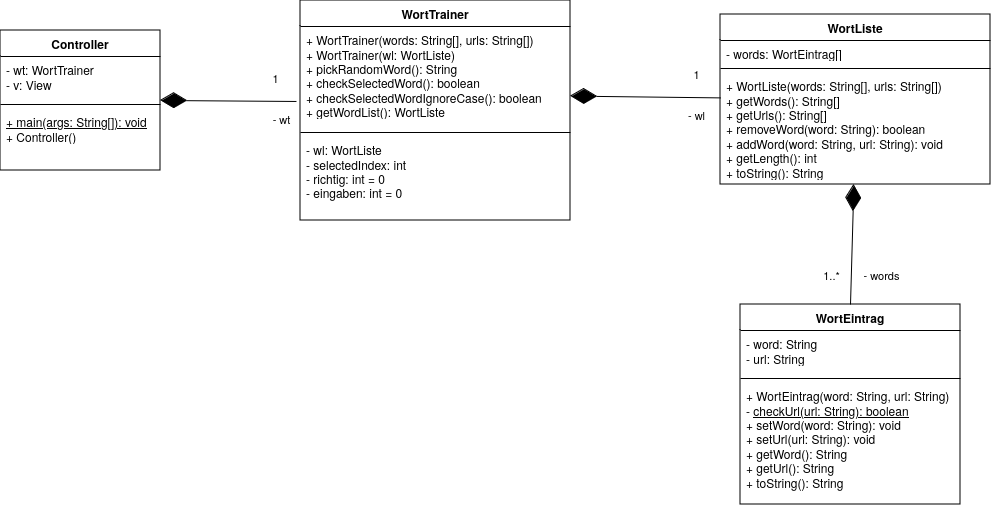
TGM-HIT/sew9-2425-worttrainer-czlabinger keeps this draw.io diagram as doc/worttrainer.drawio.png. Above is the earlier version. Source tidied: cells renumbered, new cells last; positions are measured from the earlier drawing's top-left corner, leaving out a move shared by most shapes.
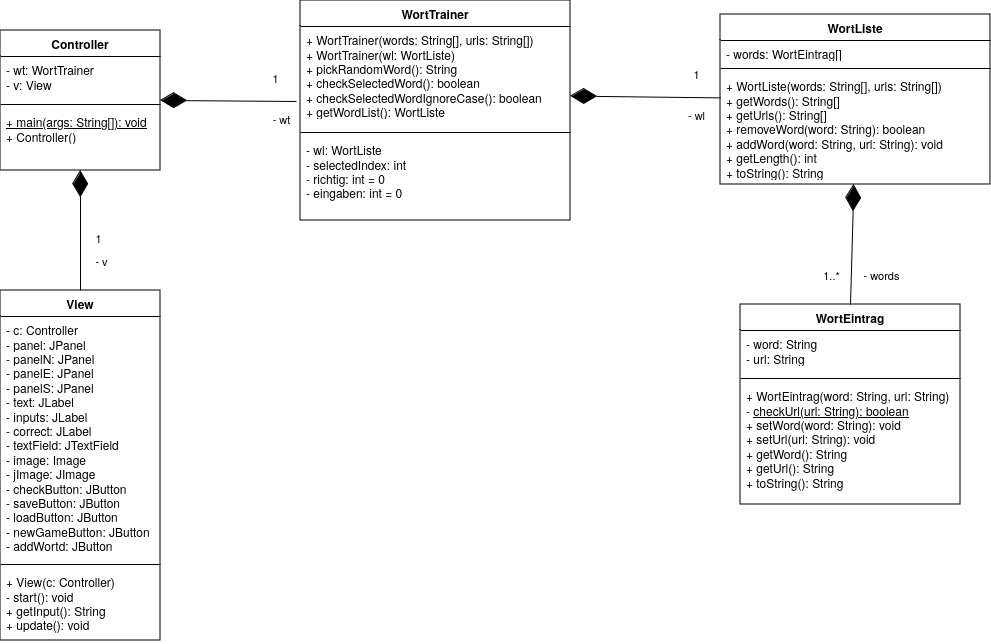
Above is the later version.

Commit message:
Added view uml

Diff of the diagram source:
```diff
@@ -93,5 +93,30 @@
         <mxPoint x="15" y="-21" as="offset" />
       </mxGeometry>
     </mxCell>
+    <mxCell id="27" value="View" style="swimlane;fontStyle=1;align=center;verticalAlign=top;horizontal=1;startSize=26;whiteSpace=wrap;html=1;" parent="1" vertex="1">
+      <mxGeometry y="290" width="160" height="350" as="geometry" />
+    </mxCell>
+    <mxCell id="28" value="&lt;div&gt;- c: Controller&lt;/div&gt;&lt;div&gt;- panel: JPanel&lt;/div&gt;&lt;div&gt;- panelN: JPanel&lt;/div&gt;&lt;div&gt;- panelE: JPanel&lt;/div&gt;&lt;div&gt;- panelS: JPanel&lt;/div&gt;&lt;div&gt;- text: JLabel&lt;/div&gt;&lt;div&gt;- inputs: JLabel&lt;/div&gt;&lt;div&gt;- correct: JLabel&lt;/div&gt;&lt;div&gt;- textField: JTextField&lt;/div&gt;&lt;div&gt;- image: Image&lt;/div&gt;&lt;div&gt;- jImage: JImage&lt;br&gt;&lt;/div&gt;&lt;div&gt;- checkButton: JButton&lt;/div&gt;&lt;div&gt;- saveButton: JButton&lt;/div&gt;&lt;div&gt;- loadButton: JButton&lt;/div&gt;&lt;div&gt;- newGameButton: JButton&lt;/div&gt;&lt;div&gt;- addWortd: JButton&lt;br&gt;&lt;/div&gt;" style="text;strokeColor=none;fillColor=none;align=left;verticalAlign=top;spacingLeft=4;spacingRight=4;overflow=hidden;whiteSpace=wrap;html=1;" parent="27" vertex="1">
+      <mxGeometry y="26" width="160" height="244" as="geometry" />
+    </mxCell>
+    <mxCell id="29" style="line;strokeWidth=1;fillColor=none;align=left;verticalAlign=middle;spacingTop=-1;spacingLeft=3;spacingRight=3;labelPosition=right;strokeColor=inherit;" parent="27" vertex="1">
+      <mxGeometry y="270" width="160" height="8" as="geometry" />
+    </mxCell>
+    <mxCell id="30" value="&lt;div&gt;+ View(c: Controller)&lt;/div&gt;&lt;div&gt;- start(): void&lt;br&gt;&lt;/div&gt;&lt;div&gt;+ getInput(): String&lt;/div&gt;&lt;div&gt;+ update(): void&lt;br&gt;&lt;/div&gt;" style="text;strokeColor=none;fillColor=none;align=left;verticalAlign=top;spacingLeft=4;spacingRight=4;overflow=hidden;whiteSpace=wrap;html=1;" parent="27" vertex="1">
+      <mxGeometry y="278" width="160" height="72" as="geometry" />
+    </mxCell>
+    <mxCell id="31" style="endArrow=diamondThin;endFill=1;endSize=24;html=1;rounded=0;" parent="1" edge="1" source="27" target="23">
+      <mxGeometry relative="1" as="geometry" />
+    </mxCell>
+    <mxCell id="32" value="&lt;div&gt;- v&lt;br&gt;&lt;/div&gt;" style="edgeLabel;html=1;align=center;verticalAlign=middle;" parent="31" vertex="1">
+      <mxGeometry x="0.48" y="-2" relative="1" as="geometry">
+        <mxPoint x="18" y="59" as="offset" />
+      </mxGeometry>
+    </mxCell>
+    <mxCell id="33" value="1" style="edgeLabel;html=1;align=center;verticalAlign=middle;" parent="31" vertex="1">
+      <mxGeometry x="-0.47" y="-2" relative="1" as="geometry">
+        <mxPoint x="15" y="-21" as="offset" />
+      </mxGeometry>
+    </mxCell>
   </root>
 </mxGraphModel>
```
